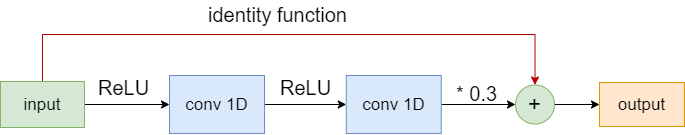
Before: relnet-structure.drawio.png, a diagram exported from draw.io (lakomi/pictures). Source tidied: cells renumbered, new cells last; positions are measured from the earlier drawing's top-left corner, leaving out a move shared by most shapes. Its diagram source:
```xml
<mxGraphModel>
  <root>
    <mxCell id="0" />
    <mxCell id="1" parent="0" />
    <mxCell id="2" style="edgeStyle=orthogonalEdgeStyle;rounded=0;jettySize=auto;html=1;exitX=1;exitY=0.5;exitDx=0;exitDy=0;fontSize=17;" parent="1" edge="1" source="4" target="6">
      <mxGeometry relative="1" as="geometry" />
    </mxCell>
    <mxCell id="3" style="edgeStyle=orthogonalEdgeStyle;rounded=0;jettySize=auto;html=1;exitX=0.5;exitY=0;exitDx=0;exitDy=0;entryX=0.5;entryY=0;entryDx=0;entryDy=0;fontSize=20;fillColor=#e51400;strokeColor=#B20000;" parent="1" edge="1" source="4" target="10">
      <mxGeometry relative="1" as="geometry">
        <Array as="points">
          <mxPoint x="42" y="34" />
          <mxPoint x="535" y="34" />
        </Array>
      </mxGeometry>
    </mxCell>
    <mxCell id="4" value="input" style="rounded=0;whiteSpace=wrap;html=1;fontSize=17;fillColor=#d5e8d4;strokeColor=#82b366;" parent="1" vertex="1">
      <mxGeometry y="81" width="84" height="46" as="geometry" />
    </mxCell>
    <mxCell id="5" style="edgeStyle=orthogonalEdgeStyle;rounded=0;jettySize=auto;html=1;exitX=1;exitY=0.5;exitDx=0;exitDy=0;entryX=0;entryY=0.5;entryDx=0;entryDy=0;fontSize=17;" parent="1" edge="1" source="6" target="8">
      <mxGeometry relative="1" as="geometry" />
    </mxCell>
    <mxCell id="6" value="conv 1D" style="rounded=0;whiteSpace=wrap;html=1;fontSize=17;fillColor=#dae8fc;strokeColor=#6c8ebf;" parent="1" vertex="1">
      <mxGeometry x="169" y="75" width="95" height="58" as="geometry" />
    </mxCell>
    <mxCell id="7" style="edgeStyle=orthogonalEdgeStyle;rounded=0;jettySize=auto;html=1;exitX=1;exitY=0.5;exitDx=0;exitDy=0;fontSize=22;" parent="1" edge="1" source="8" target="10">
      <mxGeometry relative="1" as="geometry" />
    </mxCell>
    <mxCell id="8" value="conv 1D" style="rounded=0;whiteSpace=wrap;html=1;fontSize=17;fillColor=#dae8fc;strokeColor=#6c8ebf;" parent="1" vertex="1">
      <mxGeometry x="345.8" y="75" width="95" height="58" as="geometry" />
    </mxCell>
    <mxCell id="9" style="edgeStyle=orthogonalEdgeStyle;rounded=0;jettySize=auto;html=1;exitX=1;exitY=0.5;exitDx=0;exitDy=0;fontSize=22;" parent="1" edge="1" source="10" target="11">
      <mxGeometry relative="1" as="geometry" />
    </mxCell>
    <mxCell id="10" value="+" style="ellipse;whiteSpace=wrap;html=1;fontSize=22;fillColor=#d5e8d4;strokeColor=#82b366;" parent="1" vertex="1">
      <mxGeometry x="515" y="84.5" width="39" height="39" as="geometry" />
    </mxCell>
    <mxCell id="11" value="output" style="rounded=0;whiteSpace=wrap;html=1;fontSize=17;fillColor=#ffe6cc;strokeColor=#d79b00;" parent="1" vertex="1">
      <mxGeometry x="599" y="82" width="85" height="44" as="geometry" />
    </mxCell>
    <mxCell id="12" value="* 0.3" style="text;html=1;align=center;verticalAlign=middle;strokeColor=none;fillColor=none;fontSize=20;" parent="1" vertex="1">
      <mxGeometry x="450" y="79" width="51" height="28" as="geometry" />
    </mxCell>
    <mxCell id="13" value="ReLU" style="text;html=1;align=center;verticalAlign=middle;strokeColor=none;fillColor=none;fontSize=20;" parent="1" vertex="1">
      <mxGeometry x="92" y="73" width="61" height="28" as="geometry" />
    </mxCell>
    <mxCell id="14" value="ReLU" style="text;html=1;align=center;verticalAlign=middle;strokeColor=none;fillColor=none;fontSize=20;" parent="1" vertex="1">
      <mxGeometry x="274" y="73" width="61" height="28" as="geometry" />
    </mxCell>
    <mxCell id="15" value="identity function" style="text;html=1;align=center;verticalAlign=middle;strokeColor=none;fillColor=none;fontSize=20;" parent="1" vertex="1">
      <mxGeometry x="202" width="149" height="28" as="geometry" />
    </mxCell>
  </root>
</mxGraphModel>
```
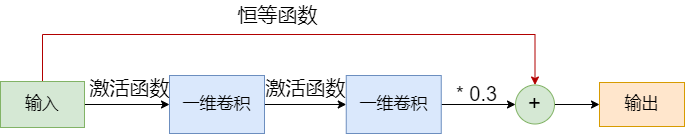
After the change.

What changed in the source:
```diff
@@ -13,19 +13,19 @@
         </Array>
       </mxGeometry>
     </mxCell>
-    <mxCell id="4" value="input" style="rounded=0;whiteSpace=wrap;html=1;fontSize=17;fillColor=#d5e8d4;strokeColor=#82b366;" parent="1" vertex="1">
+    <mxCell id="4" value="输入" style="rounded=0;whiteSpace=wrap;html=1;fontSize=17;fillColor=#d5e8d4;strokeColor=#82b366;" parent="1" vertex="1">
       <mxGeometry y="81" width="84" height="46" as="geometry" />
     </mxCell>
     <mxCell id="5" style="edgeStyle=orthogonalEdgeStyle;rounded=0;jettySize=auto;html=1;exitX=1;exitY=0.5;exitDx=0;exitDy=0;entryX=0;entryY=0.5;entryDx=0;entryDy=0;fontSize=17;" parent="1" edge="1" source="6" target="8">
       <mxGeometry relative="1" as="geometry" />
     </mxCell>
-    <mxCell id="6" value="conv 1D" style="rounded=0;whiteSpace=wrap;html=1;fontSize=17;fillColor=#dae8fc;strokeColor=#6c8ebf;" parent="1" vertex="1">
+    <mxCell id="6" value="一维卷积" style="rounded=0;whiteSpace=wrap;html=1;fontSize=17;fillColor=#dae8fc;strokeColor=#6c8ebf;" parent="1" vertex="1">
       <mxGeometry x="169" y="75" width="95" height="58" as="geometry" />
     </mxCell>
     <mxCell id="7" style="edgeStyle=orthogonalEdgeStyle;rounded=0;jettySize=auto;html=1;exitX=1;exitY=0.5;exitDx=0;exitDy=0;fontSize=22;" parent="1" edge="1" source="8" target="10">
       <mxGeometry relative="1" as="geometry" />
     </mxCell>
-    <mxCell id="8" value="conv 1D" style="rounded=0;whiteSpace=wrap;html=1;fontSize=17;fillColor=#dae8fc;strokeColor=#6c8ebf;" parent="1" vertex="1">
+    <mxCell id="8" value="一维卷积" style="rounded=0;whiteSpace=wrap;html=1;fontSize=17;fillColor=#dae8fc;strokeColor=#6c8ebf;" parent="1" vertex="1">
       <mxGeometry x="345.8" y="75" width="95" height="58" as="geometry" />
     </mxCell>
     <mxCell id="9" style="edgeStyle=orthogonalEdgeStyle;rounded=0;jettySize=auto;html=1;exitX=1;exitY=0.5;exitDx=0;exitDy=0;fontSize=22;" parent="1" edge="1" source="10" target="11">
@@ -34,20 +34,20 @@
     <mxCell id="10" value="+" style="ellipse;whiteSpace=wrap;html=1;fontSize=22;fillColor=#d5e8d4;strokeColor=#82b366;" parent="1" vertex="1">
       <mxGeometry x="515" y="84.5" width="39" height="39" as="geometry" />
     </mxCell>
-    <mxCell id="11" value="output" style="rounded=0;whiteSpace=wrap;html=1;fontSize=17;fillColor=#ffe6cc;strokeColor=#d79b00;" parent="1" vertex="1">
+    <mxCell id="11" value="输出" style="rounded=0;whiteSpace=wrap;html=1;fontSize=17;fillColor=#ffe6cc;strokeColor=#d79b00;" parent="1" vertex="1">
       <mxGeometry x="599" y="82" width="85" height="44" as="geometry" />
     </mxCell>
     <mxCell id="12" value="* 0.3" style="text;html=1;align=center;verticalAlign=middle;strokeColor=none;fillColor=none;fontSize=20;" parent="1" vertex="1">
       <mxGeometry x="450" y="79" width="51" height="28" as="geometry" />
     </mxCell>
-    <mxCell id="13" value="ReLU" style="text;html=1;align=center;verticalAlign=middle;strokeColor=none;fillColor=none;fontSize=20;" parent="1" vertex="1">
-      <mxGeometry x="92" y="73" width="61" height="28" as="geometry" />
+    <mxCell id="13" value="激活函数" style="text;html=1;align=center;verticalAlign=middle;strokeColor=none;fillColor=none;fontSize=20;" parent="1" vertex="1">
+      <mxGeometry x="84" y="73" width="90" height="28" as="geometry" />
     </mxCell>
-    <mxCell id="14" value="ReLU" style="text;html=1;align=center;verticalAlign=middle;strokeColor=none;fillColor=none;fontSize=20;" parent="1" vertex="1">
-      <mxGeometry x="274" y="73" width="61" height="28" as="geometry" />
+    <mxCell id="14" value="激活函数" style="text;html=1;align=center;verticalAlign=middle;strokeColor=none;fillColor=none;fontSize=20;" parent="1" vertex="1">
+      <mxGeometry x="260" y="73" width="90" height="28" as="geometry" />
     </mxCell>
-    <mxCell id="15" value="identity function" style="text;html=1;align=center;verticalAlign=middle;strokeColor=none;fillColor=none;fontSize=20;" parent="1" vertex="1">
-      <mxGeometry x="202" width="149" height="28" as="geometry" />
+    <mxCell id="15" value="恒等函数" style="text;html=1;align=center;verticalAlign=middle;strokeColor=none;fillColor=none;fontSize=20;" parent="1" vertex="1">
+      <mxGeometry x="232" width="90" height="28" as="geometry" />
     </mxCell>
   </root>
 </mxGraphModel>
```
